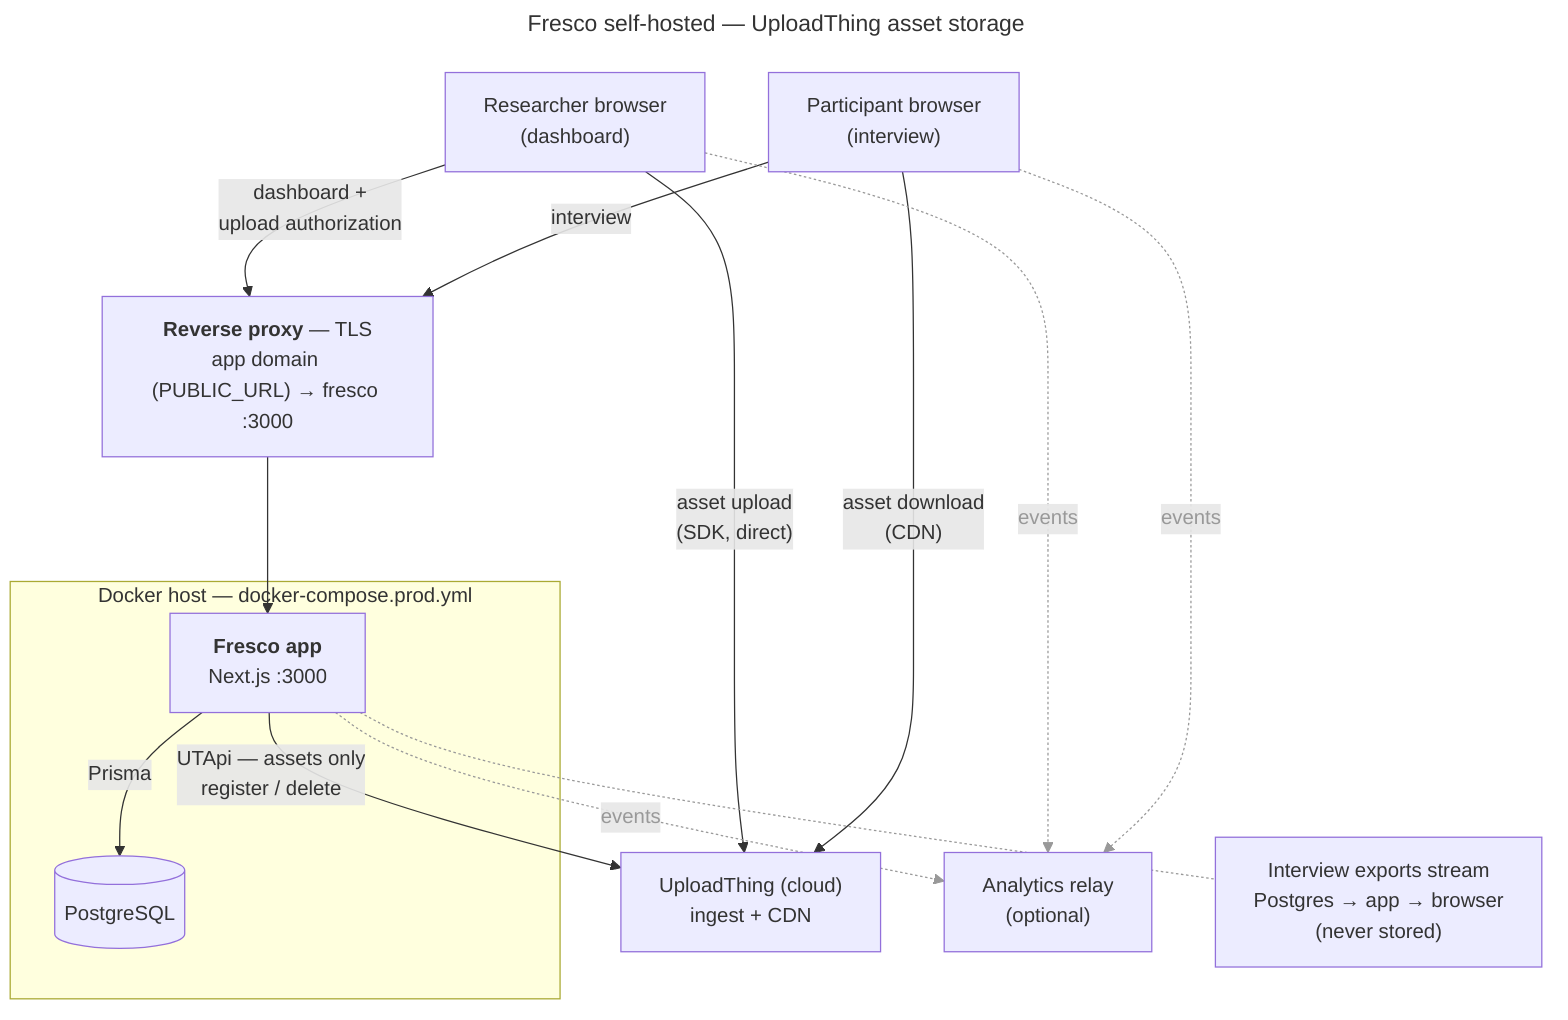
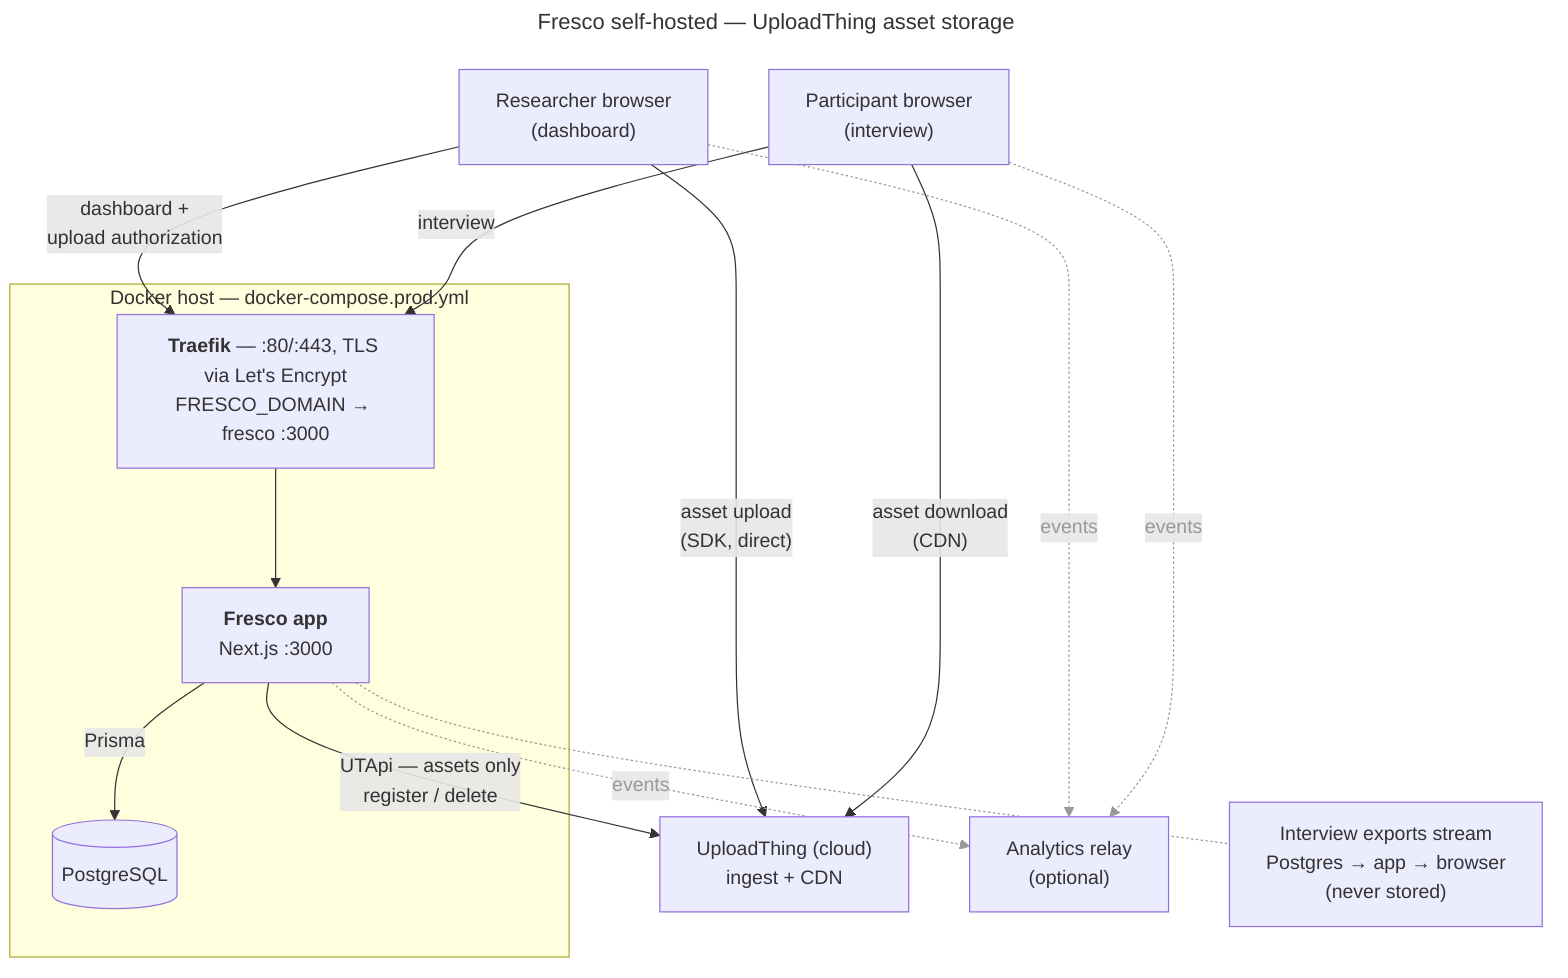
---
title: "Fresco self-hosted — UploadThing asset storage"
---
flowchart TB
    admin["Researcher browser<br/>(dashboard)"]
    participant["Participant browser<br/>(interview)"]

-     proxy["<b>Reverse proxy</b> — TLS<br/>app domain (PUBLIC_URL) → fresco :3000"]
- 
    subgraph host["Docker host — docker-compose.prod.yml"]
+         proxy["<b>Traefik</b> — :80/:443, TLS via Let's Encrypt<br/>FRESCO_DOMAIN → fresco :3000"]
        fresco["<b>Fresco app</b><br/>Next.js :3000"]
        postgres[("PostgreSQL")]
    end

    ut["UploadThing (cloud)<br/>ingest + CDN"]
    ph["Analytics relay<br/>(optional)"]
    exports["Interview exports stream<br/>Postgres → app → browser<br/>(never stored)"]

    admin -->|"dashboard +<br/>upload authorization"| proxy
    participant -->|"interview"| proxy
    proxy --> fresco
    fresco -->|"Prisma"| postgres
    admin -->|"asset upload<br/>(SDK, direct)"| ut
    participant -->|"asset download<br/>(CDN)"| ut
    fresco -->|"UTApi — assets only<br/>register / delete"| ut
    admin -.->|"events"| ph
    participant -.->|"events"| ph
    fresco -.->|"events"| ph
    fresco -.- exports

    linkStyle 7,8,9,10 stroke:#999,color:#999
